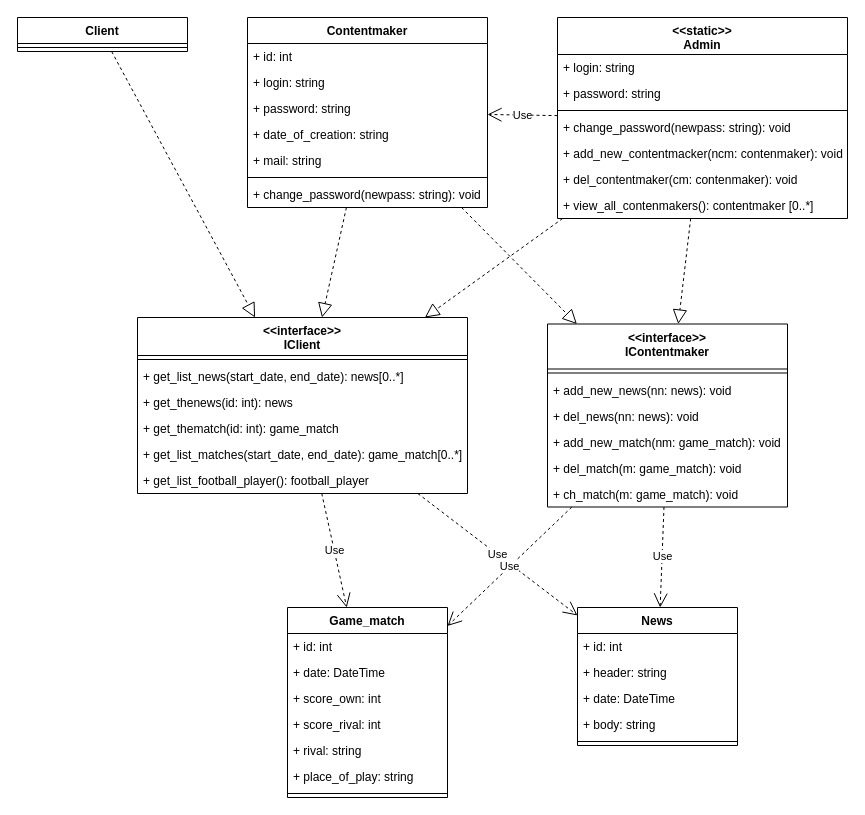
NativCos/CSF.Semestr6.TPO keeps this draw.io diagram as docs/UML Classes Diagram.drawio. Above is the earlier version. Source tidied: cells renumbered, new cells numbered last; positions are measured from the earlier drawing's top-left corner, leaving out a move shared by most shapes. Both pictures are drawn from the tidied source at 100%, with x=0, y=0 at pixel (17, 17).
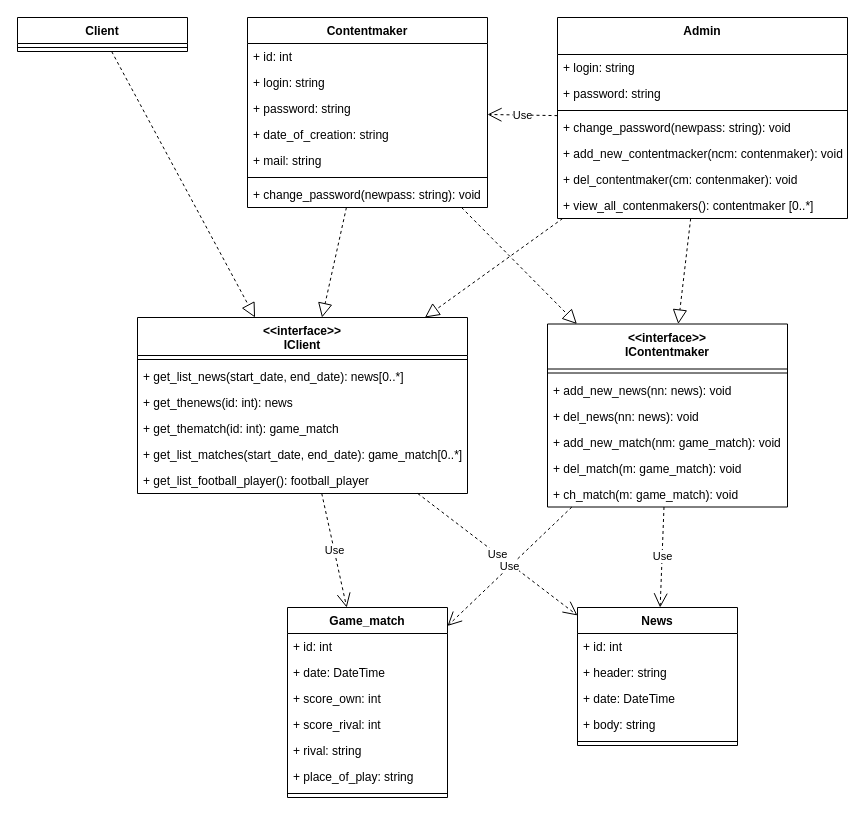
The same page after the edit.

Diff of the diagram source:
```diff
@@
-    <mxCell id="24" value="&lt;&lt;static&gt;&gt;&#10;Admin" style="swimlane;fontStyle=1;align=center;verticalAlign=top;horizontal=1;startSize=37;" parent="1" vertex="1">
+    <mxCell id="24" value="Admin" style="swimlane;fontStyle=1;align=center;verticalAlign=top;horizontal=1;startSize=37;" parent="1" vertex="1">
       <mxGeometry x="540" width="290" height="201" as="geometry" />
     </mxCell>
```
